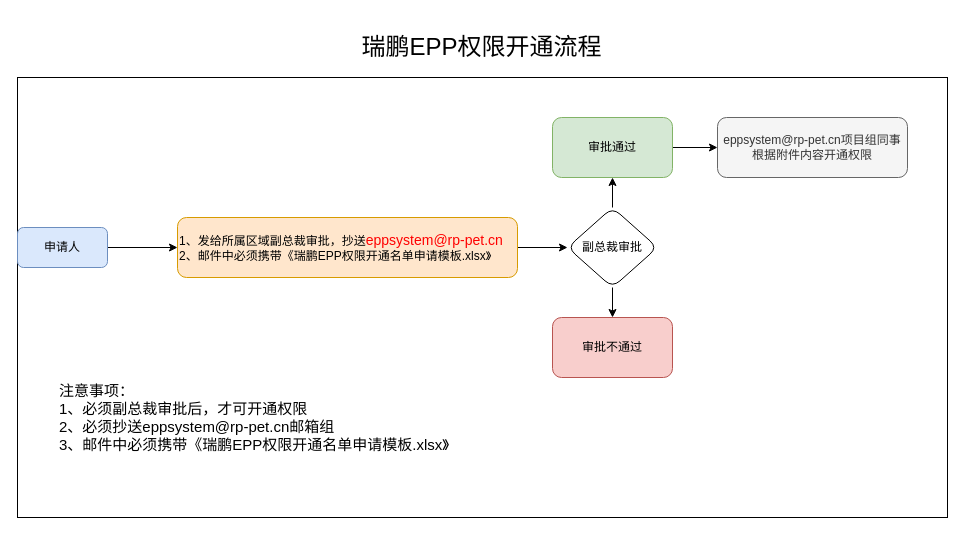
Earlier version of the draw.io diagram pet_data_warehouse/仲谋权限申请流程.drawio (fangzheng0518/draw). Source tidied: cells renumbered, new cells numbered last; positions are measured from the earlier drawing's top-left corner, leaving out a move shared by most shapes. Both pictures are drawn from the tidied source at 100%, with x=0, y=0 at pixel (17, 17).
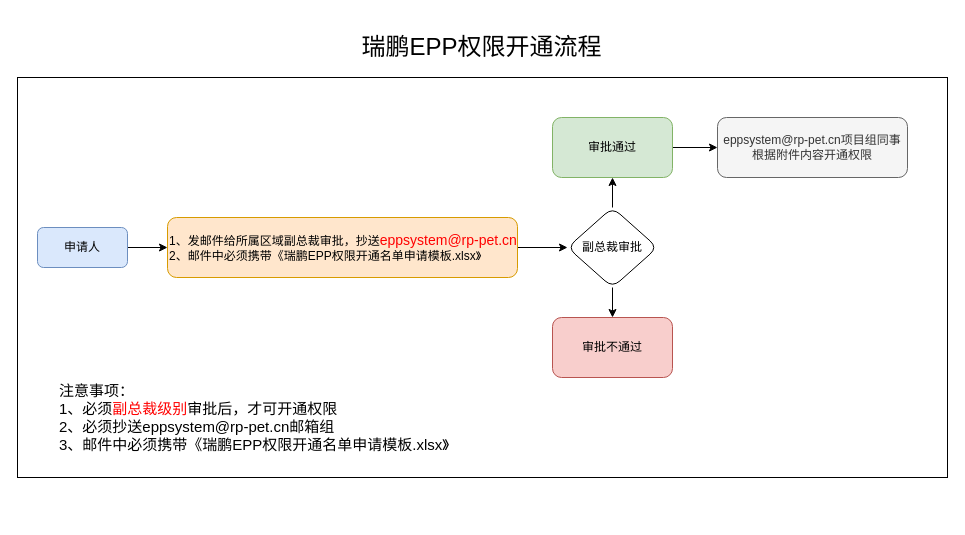
Above is the later version.

Commit message (it also covers changes not shown here):
更新仲谋权限申请流程.drawio

Change to the diagram source:
```diff
@@
 <mxGraphModel>
   <root>
     <mxCell id="0" />
     <mxCell id="1" parent="0" />
     <mxCell id="2" style="rounded=0;whiteSpace=wrap;html=1;align=left;" parent="1" vertex="1">
-      <mxGeometry y="60" width="930" height="440" as="geometry" />
+      <mxGeometry y="60" width="930" height="400" as="geometry" />
     </mxCell>
     <mxCell id="3" style="edgeStyle=orthogonalEdgeStyle;rounded=0;jettySize=auto;html=1;" parent="1" edge="1" source="4" target="6">
       <mxGeometry relative="1" as="geometry" />
     </mxCell>
     <mxCell id="4" value="申请人" style="rounded=1;whiteSpace=wrap;html=1;fillColor=#dae8fc;strokeColor=#6c8ebf;" parent="1" vertex="1">
-      <mxGeometry y="210" width="90" height="40" as="geometry" />
+      <mxGeometry x="20" y="210" width="90" height="40" as="geometry" />
     </mxCell>
     <mxCell id="5" style="edgeStyle=orthogonalEdgeStyle;rounded=0;jettySize=auto;html=1;" parent="1" edge="1" source="6" target="9">
       <mxGeometry relative="1" as="geometry" />
     </mxCell>
-    <mxCell id="6" value="1、发给所属区域副总裁审批，抄送&lt;font color=&quot;#ff0000&quot; style=&quot;font-size: 14px&quot;&gt;eppsystem@rp-pet.cn&lt;/font&gt;&lt;br&gt;2、邮件中必须携带《瑞鹏EPP权限开通名单申请模板.xlsx》" style="whiteSpace=wrap;html=1;rounded=1;align=left;fillColor=#ffe6cc;strokeColor=#d79b00;" parent="1" vertex="1">
-      <mxGeometry x="160" y="200" width="340" height="60" as="geometry" />
+    <mxCell id="6" value="1、发邮件给所属区域副总裁审批，抄送&lt;font color=&quot;#ff0000&quot; style=&quot;font-size: 14px&quot;&gt;eppsystem@rp-pet.cn&lt;/font&gt;&lt;br&gt;2、邮件中必须携带《瑞鹏EPP权限开通名单申请模板.xlsx》" style="whiteSpace=wrap;html=1;rounded=1;align=left;fillColor=#ffe6cc;strokeColor=#d79b00;" parent="1" vertex="1">
+      <mxGeometry x="150" y="200" width="350" height="60" as="geometry" />
     </mxCell>
     <mxCell id="7" style="edgeStyle=orthogonalEdgeStyle;rounded=0;jettySize=auto;html=1;" parent="1" edge="1" source="9" target="11">
       <mxGeometry relative="1" as="geometry" />
     </mxCell>
     <mxCell id="8" style="edgeStyle=orthogonalEdgeStyle;rounded=0;jettySize=auto;html=1;" parent="1" edge="1" source="9" target="13">
       <mxGeometry relative="1" as="geometry" />
     </mxCell>
     <mxCell id="9" value="副总裁审批" style="rhombus;whiteSpace=wrap;html=1;rounded=1;align=center;" parent="1" vertex="1">
       <mxGeometry x="550" y="190" width="90" height="80" as="geometry" />
     </mxCell>
     <mxCell id="10" style="edgeStyle=orthogonalEdgeStyle;rounded=0;jettySize=auto;html=1;" parent="1" edge="1" source="11" target="12">
       <mxGeometry relative="1" as="geometry" />
     </mxCell>
     <mxCell id="11" value="审批通过" style="whiteSpace=wrap;html=1;rounded=1;fillColor=#d5e8d4;strokeColor=#82b366;" parent="1" vertex="1">
       <mxGeometry x="535" y="100" width="120" height="60" as="geometry" />
     </mxCell>
     <mxCell id="12" value="eppsystem@rp-pet.cn项目组同事根据附件内容开通权限" style="whiteSpace=wrap;html=1;rounded=1;fillColor=#f5f5f5;strokeColor=#666666;fontColor=#333333;" parent="1" vertex="1">
       <mxGeometry x="700" y="100" width="190" height="60" as="geometry" />
     </mxCell>
     <mxCell id="13" value="审批不通过" style="whiteSpace=wrap;html=1;rounded=1;fillColor=#f8cecc;strokeColor=#b85450;" parent="1" vertex="1">
       <mxGeometry x="535" y="300" width="120" height="60" as="geometry" />
     </mxCell>
-    <mxCell id="14" value="&lt;font style=&quot;font-size: 15px&quot;&gt;注意事项：&lt;br&gt;1、必须副总裁审批后，才可开通权限&lt;br&gt;2、必须抄送eppsystem@rp-pet.cn邮箱组&lt;br&gt;3、邮件中必须携带&lt;span&gt;《瑞鹏EPP权限开通名单申请模板.xlsx》&lt;/span&gt;&lt;/font&gt;" style="text;html=1;strokeColor=none;fillColor=none;align=left;verticalAlign=middle;whiteSpace=wrap;rounded=0;" parent="1" vertex="1">
+    <mxCell id="14" value="&lt;font style=&quot;font-size: 15px&quot;&gt;注意事项：&lt;br&gt;1、必须&lt;font color=&quot;#ff0000&quot;&gt;副总裁级别&lt;/font&gt;审批后，才可开通权限&lt;br&gt;2、必须抄送eppsystem@rp-pet.cn邮箱组&lt;br&gt;3、邮件中必须携带&lt;span&gt;《瑞鹏EPP权限开通名单申请模板.xlsx》&lt;/span&gt;&lt;/font&gt;" style="text;html=1;strokeColor=none;fillColor=none;align=left;verticalAlign=middle;whiteSpace=wrap;rounded=0;" parent="1" vertex="1">
       <mxGeometry x="40" y="360" width="460" height="80" as="geometry" />
     </mxCell>
     <mxCell id="15" value="&lt;font style=&quot;font-size: 24px&quot;&gt;瑞鹏EPP权限开通流程&lt;/font&gt;" style="text;html=1;strokeColor=none;fillColor=none;align=center;verticalAlign=middle;whiteSpace=wrap;rounded=0;" parent="1" vertex="1">
       <mxGeometry x="267" width="395" height="60" as="geometry" />
     </mxCell>
   </root>
 </mxGraphModel>
```
